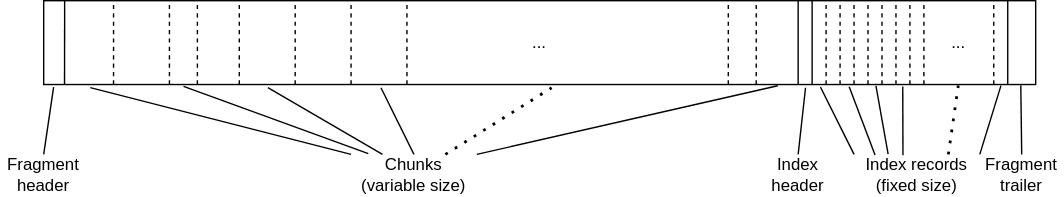
Earlier version of the draw.io export docs/Fragment.svg (amazon-mq/rabbitmq-stream-s3). Source tidied: cells renumbered, new cells last; positions are measured from the earlier drawing's top-left corner, leaving out a move shared by most shapes.
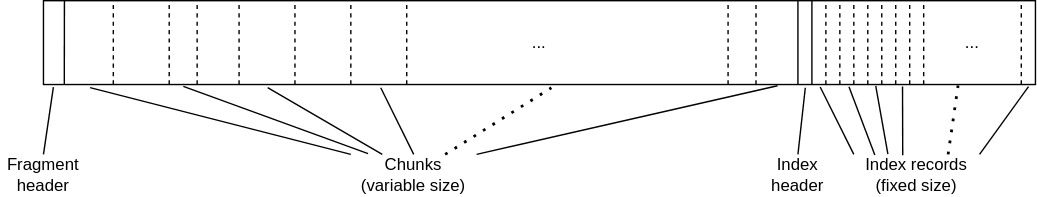
Later version of the same file.

Commit message:
Move fragment info from trailer to header

Change to the diagram source:
```diff
@@ -10,12 +10,6 @@
         <mxPoint x="45" as="targetPoint" />
       </mxGeometry>
     </mxCell>
-    <mxCell id="4" style="endArrow=none;html=1;rounded=0;entryX=0.75;entryY=1;entryDx=0;entryDy=0;exitX=0.021;exitY=1.005;exitDx=0;exitDy=0;exitPerimeter=0;" parent="1" edge="1">
-      <mxGeometry relative="1" as="geometry">
-        <mxPoint x="720" y="60" as="sourcePoint" />
-        <mxPoint x="720" as="targetPoint" />
-      </mxGeometry>
-    </mxCell>
     <mxCell id="5" style="endArrow=none;html=1;rounded=0;entryX=0.75;entryY=1;entryDx=0;entryDy=0;exitX=0.021;exitY=1.005;exitDx=0;exitDy=0;exitPerimeter=0;" parent="1" edge="1">
       <mxGeometry relative="1" as="geometry">
         <mxPoint x="570" y="60" as="sourcePoint" />
@@ -117,8 +111,8 @@
     </mxCell>
     <mxCell id="22" style="endArrow=none;html=1;rounded=0;entryX=0.75;entryY=1;entryDx=0;entryDy=0;exitX=0.021;exitY=1.005;exitDx=0;exitDy=0;exitPerimeter=0;dashed=1;" parent="1" edge="1">
       <mxGeometry relative="1" as="geometry">
-        <mxPoint x="710" y="60" as="sourcePoint" />
-        <mxPoint x="710" as="targetPoint" />
+        <mxPoint x="729.9" y="60" as="sourcePoint" />
+        <mxPoint x="729.9" as="targetPoint" />
       </mxGeometry>
     </mxCell>
     <mxCell id="23" style="endArrow=none;html=1;rounded=0;entryX=0.75;entryY=1;entryDx=0;entryDy=0;exitX=0.021;exitY=1.005;exitDx=0;exitDy=0;exitPerimeter=0;dashed=1;" parent="1" edge="1">
@@ -140,7 +134,7 @@
       </mxGeometry>
     </mxCell>
     <mxCell id="26" value="..." style="text;html=1;strokeColor=none;fillColor=none;align=center;verticalAlign=middle;whiteSpace=wrap;rounded=0;" parent="1" vertex="1">
-      <mxGeometry x="660" y="15" width="50" height="30" as="geometry" />
+      <mxGeometry x="670" y="15" width="50" height="30" as="geometry" />
     </mxCell>
     <mxCell id="27" value="Fragment header" style="text;html=1;strokeColor=none;fillColor=none;align=center;verticalAlign=middle;whiteSpace=wrap;rounded=0;" parent="1" vertex="1">
       <mxGeometry y="110" width="60" height="30" as="geometry" />
@@ -148,9 +142,6 @@
     <mxCell id="28" value="Index header" style="text;html=1;strokeColor=none;fillColor=none;align=center;verticalAlign=middle;whiteSpace=wrap;rounded=0;" parent="1" vertex="1">
       <mxGeometry x="540" y="110" width="60" height="30" as="geometry" />
     </mxCell>
-    <mxCell id="29" value="Fragment trailer" style="text;html=1;strokeColor=none;fillColor=none;align=center;verticalAlign=middle;whiteSpace=wrap;rounded=0;" parent="1" vertex="1">
-      <mxGeometry x="700" y="110" width="60" height="30" as="geometry" />
-    </mxCell>
     <mxCell id="30" value="Chunks (variable size)" style="text;html=1;strokeColor=none;fillColor=none;align=center;verticalAlign=middle;whiteSpace=wrap;rounded=0;" parent="1" vertex="1">
       <mxGeometry x="250" y="110" width="90" height="30" as="geometry" />
     </mxCell>
@@ -178,13 +169,10 @@
     <mxCell id="38" style="endArrow=none;html=1;rounded=0;exitX=0.5;exitY=0;exitDx=0;exitDy=0;entryX=0.768;entryY=1.038;entryDx=0;entryDy=0;entryPerimeter=0;" parent="1" edge="1" source="28" target="2">
       <mxGeometry relative="1" as="geometry" />
     </mxCell>
-    <mxCell id="39" style="endArrow=none;html=1;rounded=0;entryX=0.985;entryY=1.01;entryDx=0;entryDy=0;entryPerimeter=0;exitX=0.5;exitY=0;exitDx=0;exitDy=0;" parent="1" edge="1" source="29" target="2">
-      <mxGeometry relative="1" as="geometry" />
-    </mxCell>
     <mxCell id="40" style="endArrow=none;html=1;rounded=0;entryX=0.783;entryY=1.03;entryDx=0;entryDy=0;entryPerimeter=0;exitX=0;exitY=0;exitDx=0;exitDy=0;" parent="1" edge="1" source="31" target="2">
       <mxGeometry relative="1" as="geometry" />
     </mxCell>
-    <mxCell id="41" style="endArrow=none;html=1;rounded=0;entryX=0.965;entryY=1.013;entryDx=0;entryDy=0;entryPerimeter=0;exitX=1;exitY=0;exitDx=0;exitDy=0;" parent="1" edge="1" source="31" target="2">
+    <mxCell id="41" style="endArrow=none;html=1;rounded=0;entryX=0.993;entryY=1.025;entryDx=0;entryDy=0;entryPerimeter=0;exitX=1;exitY=0;exitDx=0;exitDy=0;" parent="1" edge="1" source="31" target="2">
       <mxGeometry relative="1" as="geometry" />
     </mxCell>
     <mxCell id="42" style="endArrow=none;html=1;rounded=0;entryX=0.812;entryY=1.027;entryDx=0;entryDy=0;entryPerimeter=0;exitX=0.167;exitY=0.013;exitDx=0;exitDy=0;exitPerimeter=0;" parent="1" edge="1" source="31" target="2">
```
